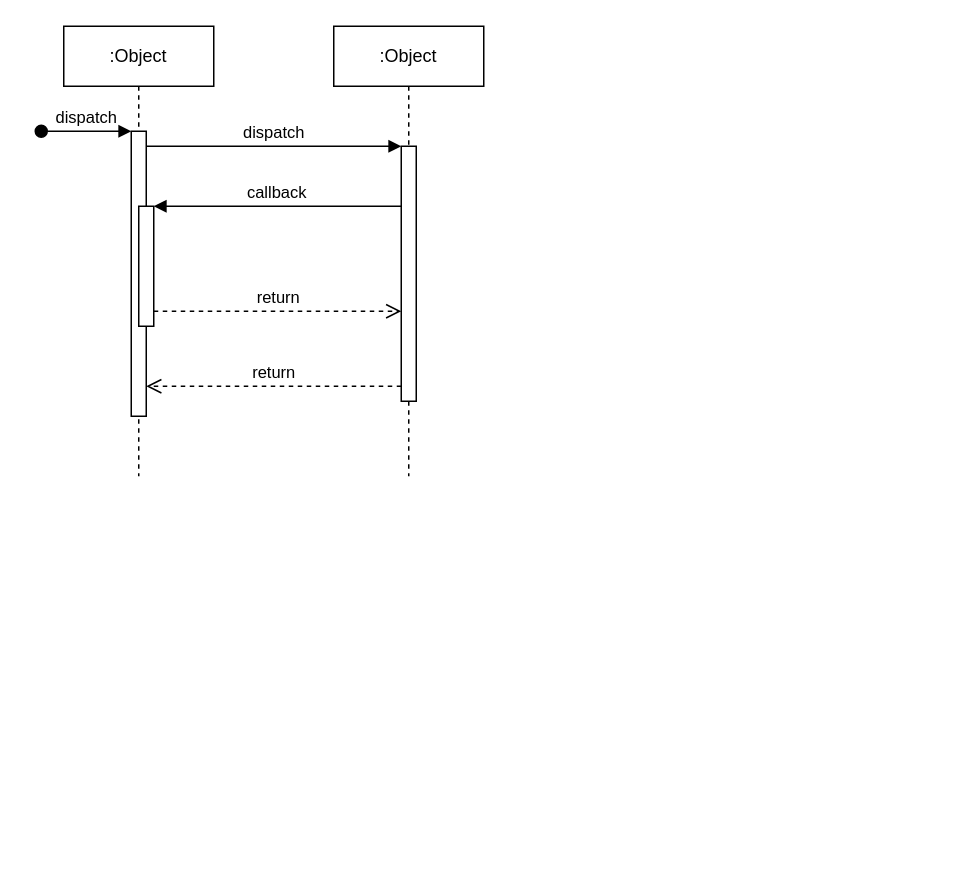
The draw.io diagram Untitled Diagram.drawio in SacredDoggo/sem-6-project-diagrams, before the edit. Source tidied: cells renumbered, new cells numbered last; positions are measured from the earlier drawing's top-left corner, leaving out a move shared by most shapes. Both pictures are drawn from the tidied source at 150%, with x=0, y=0 at pixel (40, 26).
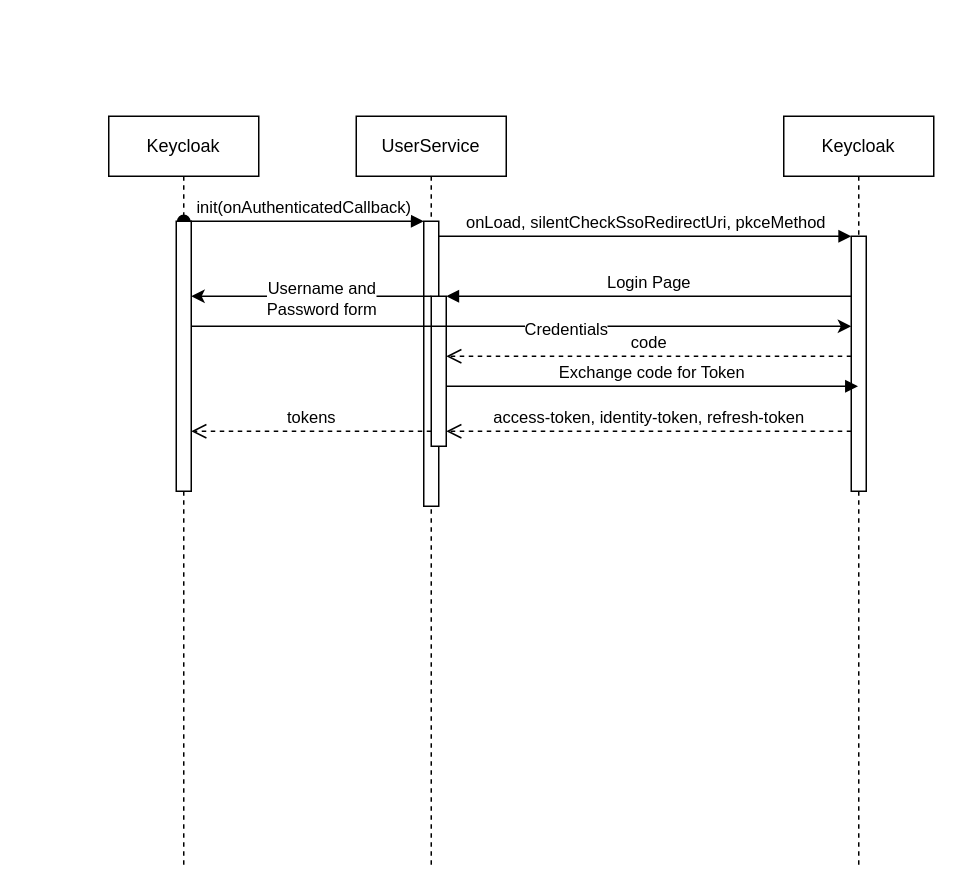
The same page after the edit.

The change refers to these unchanged cells:
```xml
<mxCell id="3" style="html=1;points=[];perimeter=orthogonalPerimeter;outlineConnect=0;targetShapes=umlLifeline;portConstraint=eastwest;newEdgeStyle={&quot;edgeStyle&quot;:&quot;elbowEdgeStyle&quot;,&quot;elbow&quot;:&quot;vertical&quot;,&quot;curved&quot;:0,&quot;rounded&quot;:0};" parent="2" vertex="1">
  <mxGeometry x="45" y="70" width="10" height="190" as="geometry" />
</mxCell>
<mxCell id="7" style="html=1;points=[];perimeter=orthogonalPerimeter;outlineConnect=0;targetShapes=umlLifeline;portConstraint=eastwest;newEdgeStyle={&quot;edgeStyle&quot;:&quot;elbowEdgeStyle&quot;,&quot;elbow&quot;:&quot;vertical&quot;,&quot;curved&quot;:0,&quot;rounded&quot;:0};" parent="6" vertex="1">
  <mxGeometry x="45" y="80" width="10" height="170" as="geometry" />
</mxCell>
```

Diff of the diagram source:
```diff
@@
-    <mxCell id="2" value=":Object" style="shape=umlLifeline;perimeter=lifelinePerimeter;whiteSpace=wrap;html=1;newEdgeStyle={&quot;edgeStyle&quot;:&quot;elbowEdgeStyle&quot;,&quot;elbow&quot;:&quot;vertical&quot;,&quot;curved&quot;:0,&quot;rounded&quot;:0};" parent="1" vertex="1">
-      <mxGeometry x="15" width="100" height="300" as="geometry" />
+    <mxCell id="2" value="UserService" style="shape=umlLifeline;perimeter=lifelinePerimeter;whiteSpace=wrap;html=1;newEdgeStyle={&quot;edgeStyle&quot;:&quot;elbowEdgeStyle&quot;,&quot;elbow&quot;:&quot;vertical&quot;,&quot;curved&quot;:0,&quot;rounded&quot;:0};" parent="1" vertex="1">
+      <mxGeometry x="210" y="60" width="100" height="500" as="geometry" />
     </mxCell>
@@
-    <mxCell id="4" value="dispatch" style="html=1;verticalAlign=bottom;startArrow=oval;endArrow=block;startSize=8;edgeStyle=elbowEdgeStyle;elbow=vertical;curved=0;rounded=0;" parent="2" edge="1" target="3">
+    <mxCell id="4" value="init(onAuthenticatedCallback)" style="html=1;verticalAlign=bottom;startArrow=oval;endArrow=block;startSize=8;edgeStyle=elbowEdgeStyle;elbow=vertical;curved=0;rounded=0;" parent="2" edge="1" target="3">
       <mxGeometry relative="1" as="geometry">
-        <mxPoint x="-15" y="70" as="sourcePoint" />
+        <mxPoint x="-115" y="70" as="sourcePoint" />
       </mxGeometry>
     </mxCell>
     <mxCell id="5" style="html=1;points=[];perimeter=orthogonalPerimeter;outlineConnect=0;targetShapes=umlLifeline;portConstraint=eastwest;newEdgeStyle={&quot;edgeStyle&quot;:&quot;elbowEdgeStyle&quot;,&quot;elbow&quot;:&quot;vertical&quot;,&quot;curved&quot;:0,&quot;rounded&quot;:0};" parent="2" vertex="1">
-      <mxGeometry x="50" y="120" width="10" height="80" as="geometry" />
+      <mxGeometry x="50" y="120" width="10" height="100" as="geometry" />
     </mxCell>
-    <mxCell id="6" value=":Object" style="shape=umlLifeline;perimeter=lifelinePerimeter;whiteSpace=wrap;html=1;outlineConnect=0;portConstraint=eastwest;newEdgeStyle={&quot;edgeStyle&quot;:&quot;elbowEdgeStyle&quot;,&quot;elbow&quot;:&quot;vertical&quot;,&quot;curved&quot;:0,&quot;rounded&quot;:0};" parent="1" vertex="1">
-      <mxGeometry x="195" width="100" height="300" as="geometry" />
+    <mxCell id="6" value="Keycloak" style="shape=umlLifeline;perimeter=lifelinePerimeter;whiteSpace=wrap;html=1;outlineConnect=0;portConstraint=eastwest;newEdgeStyle={&quot;edgeStyle&quot;:&quot;elbowEdgeStyle&quot;,&quot;elbow&quot;:&quot;vertical&quot;,&quot;curved&quot;:0,&quot;rounded&quot;:0};" parent="1" vertex="1">
+      <mxGeometry x="495" y="60" width="100" height="500" as="geometry" />
     </mxCell>
@@
-    <mxCell id="8" value="dispatch" style="html=1;verticalAlign=bottom;endArrow=block;edgeStyle=elbowEdgeStyle;elbow=vertical;curved=0;rounded=0;" parent="1" edge="1" source="3" target="7">
+    <mxCell id="8" value="onLoad, silentCheckSsoRedirectUri, pkceMethod" style="html=1;verticalAlign=bottom;endArrow=block;edgeStyle=elbowEdgeStyle;elbow=vertical;curved=0;rounded=0;" parent="1" edge="1" source="3" target="7">
       <mxGeometry relative="1" as="geometry">
         <Array as="points">
-          <mxPoint x="155" y="80" />
+          <mxPoint x="350" y="140" />
         </Array>
       </mxGeometry>
     </mxCell>
-    <mxCell id="9" value="return" style="html=1;verticalAlign=bottom;endArrow=open;dashed=1;endSize=8;edgeStyle=elbowEdgeStyle;elbow=vertical;curved=0;rounded=0;" parent="1" edge="1" source="7" target="3">
-      <mxGeometry relative="1" as="geometry">
-        <Array as="points">
-          <mxPoint x="165" y="240" />
-        </Array>
-      </mxGeometry>
-    </mxCell>
-    <mxCell id="10" value="callback" style="html=1;verticalAlign=bottom;endArrow=block;edgeStyle=elbowEdgeStyle;elbow=vertical;curved=0;rounded=0;" parent="1" edge="1" source="7" target="5">
+    <mxCell id="10" value="Login Page" style="html=1;verticalAlign=bottom;endArrow=block;edgeStyle=elbowEdgeStyle;elbow=vertical;curved=0;rounded=0;" parent="1" edge="1" source="7" target="5">
       <mxGeometry relative="1" as="geometry">
         <Array as="points">
-          <mxPoint x="165" y="120" />
+          <mxPoint x="360" y="180" />
         </Array>
       </mxGeometry>
     </mxCell>
-    <mxCell id="11" value="return" style="html=1;verticalAlign=bottom;endArrow=open;dashed=1;endSize=8;edgeStyle=elbowEdgeStyle;elbow=vertical;curved=0;rounded=0;" parent="1" edge="1" source="5" target="7">
-      <mxGeometry relative="1" as="geometry">
-        <Array as="points">
-          <mxPoint x="155" y="190" />
-        </Array>
-      </mxGeometry>
-    </mxCell>
+    <mxCell id="12" value="Keycloak" style="shape=umlLifeline;perimeter=lifelinePerimeter;whiteSpace=wrap;html=1;newEdgeStyle={&quot;edgeStyle&quot;:&quot;elbowEdgeStyle&quot;,&quot;elbow&quot;:&quot;vertical&quot;,&quot;curved&quot;:0,&quot;rounded&quot;:0};" parent="1" vertex="1">
+      <mxGeometry x="45" y="60" width="100" height="500" as="geometry" />
+    </mxCell>
+    <mxCell id="13" style="html=1;points=[];perimeter=orthogonalPerimeter;outlineConnect=0;targetShapes=umlLifeline;portConstraint=eastwest;newEdgeStyle={&quot;edgeStyle&quot;:&quot;elbowEdgeStyle&quot;,&quot;elbow&quot;:&quot;vertical&quot;,&quot;curved&quot;:0,&quot;rounded&quot;:0};" parent="12" vertex="1">
+      <mxGeometry x="45" y="70" width="10" height="180" as="geometry" />
+    </mxCell>
+    <mxCell id="14" style="endArrow=classic;html=1;rounded=0;" parent="1" edge="1" source="5" target="13">
+      <mxGeometry relative="1" as="geometry">
+        <Array as="points">
+          <mxPoint x="215" y="180" />
+        </Array>
+      </mxGeometry>
+    </mxCell>
+    <mxCell id="15" value="&lt;div&gt;Username and &lt;br&gt;&lt;/div&gt;&lt;div&gt;Password form&lt;br&gt;&lt;/div&gt;" style="edgeLabel;html=1;align=center;verticalAlign=middle;" parent="14" vertex="1">
+      <mxGeometry x="-0.07" y="1" relative="1" as="geometry" />
+    </mxCell>
+    <mxCell id="16" style="endArrow=classic;html=1;rounded=0;" parent="1" edge="1" source="13" target="7">
+      <mxGeometry relative="1" as="geometry">
+        <Array as="points">
+          <mxPoint x="215" y="200" />
+          <mxPoint x="305" y="200" />
+        </Array>
+      </mxGeometry>
+    </mxCell>
+    <mxCell id="17" value="Credentials " style="edgeLabel;html=1;align=center;verticalAlign=middle;" parent="16" vertex="1">
+      <mxGeometry x="0.13" y="-1" relative="1" as="geometry" />
+    </mxCell>
+    <mxCell id="18" value="code" style="html=1;verticalAlign=bottom;endArrow=open;dashed=1;endSize=8;edgeStyle=elbowEdgeStyle;elbow=vertical;curved=0;rounded=0;" parent="1" edge="1" source="7" target="5">
+      <mxGeometry relative="1" as="geometry">
+        <Array as="points">
+          <mxPoint x="465" y="220" />
+          <mxPoint x="385" y="230" />
+          <mxPoint x="365" y="220" />
+          <mxPoint x="535" y="230" />
+        </Array>
+      </mxGeometry>
+    </mxCell>
+    <mxCell id="19" value="Exchange code for Token" style="html=1;verticalAlign=bottom;endArrow=block;edgeStyle=elbowEdgeStyle;elbow=vertical;curved=0;rounded=0;" parent="1" edge="1" source="5" target="6">
+      <mxGeometry relative="1" as="geometry">
+        <Array as="points">
+          <mxPoint x="455" y="240" />
+          <mxPoint x="485" y="250" />
+          <mxPoint x="505" y="250" />
+        </Array>
+      </mxGeometry>
+    </mxCell>
+    <mxCell id="20" value="access-token, identity-token, refresh-token" style="html=1;verticalAlign=bottom;endArrow=open;dashed=1;endSize=8;edgeStyle=elbowEdgeStyle;elbow=vertical;curved=0;rounded=0;" parent="1" edge="1" source="7" target="5">
+      <mxGeometry relative="1" as="geometry">
+        <Array as="points">
+          <mxPoint x="390" y="270" />
+          <mxPoint x="370" y="260" />
+          <mxPoint x="540" y="270" />
+        </Array>
+      </mxGeometry>
+    </mxCell>
+    <mxCell id="21" value="tokens" style="html=1;verticalAlign=bottom;endArrow=open;dashed=1;endSize=8;edgeStyle=elbowEdgeStyle;elbow=vertical;curved=0;rounded=0;" parent="1" edge="1" source="5" target="13">
+      <mxGeometry relative="1" as="geometry">
+        <Array as="points">
+          <mxPoint x="145" y="270" />
+        </Array>
+      </mxGeometry>
+    </mxCell>
```
